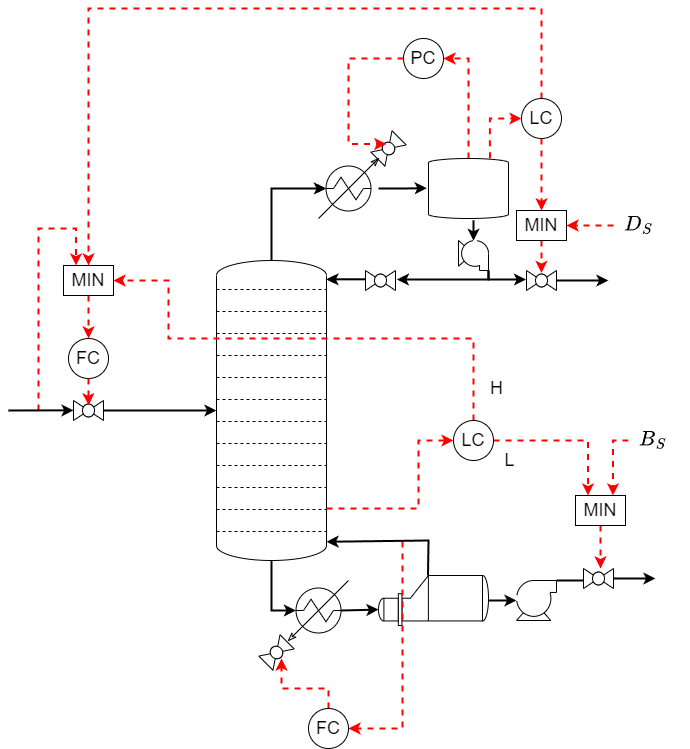
Before: Figures/ifac-distillation/column_bidir1_simple.png, a diagram exported from draw.io (brageban/aspen-matlab-testbench). Source tidied: cells renumbered, new cells last; positions are measured from the earlier drawing's top-left corner, leaving out a move shared by most shapes.
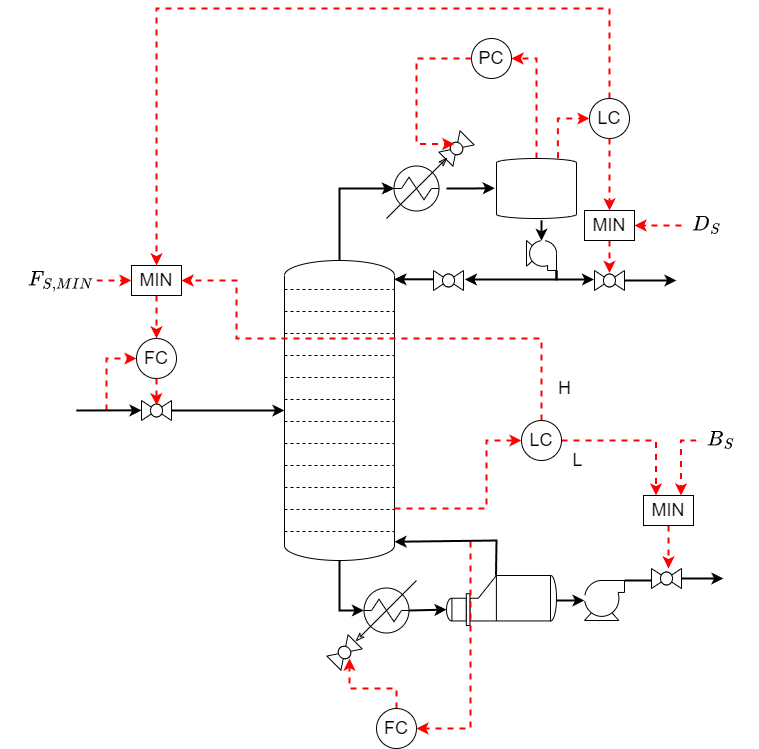
After the commit.

What changed in the source:
```diff
@@ -58,12 +58,11 @@
     <mxCell id="12" style="verticalLabelPosition=bottom;outlineConnect=0;align=center;dashed=0;html=1;verticalAlign=top;shape=mxgraph.pid.compressors.centrifugal_compressor;fontSize=18;" parent="1" vertex="1">
       <mxGeometry x="508" y="572" width="40" height="40" as="geometry" />
     </mxCell>
-    <mxCell id="13" style="edgeStyle=orthogonalEdgeStyle;rounded=0;html=1;entryX=0.25;entryY=0;entryDx=0;entryDy=0;strokeColor=#FF0000;strokeWidth=2;dashed=1;fontSize=18;" parent="1" edge="1" target="45">
+    <mxCell id="13" style="edgeStyle=orthogonalEdgeStyle;rounded=0;html=1;entryX=0;entryY=0.5;entryDx=0;entryDy=0;strokeColor=#FF0000;strokeWidth=2;dashed=1;fontSize=18;" parent="1" edge="1" target="22">
       <mxGeometry relative="1" as="geometry">
         <mxPoint x="30" y="402" as="sourcePoint" />
         <Array as="points">
-          <mxPoint x="30" y="220" />
-          <mxPoint x="68" y="220" />
+          <mxPoint x="30" y="350" />
         </Array>
       </mxGeometry>
     </mxCell>
@@ -291,5 +290,11 @@
         </Array>
       </mxGeometry>
     </mxCell>
+    <mxCell id="61" style="edgeStyle=orthogonalEdgeStyle;jettySize=auto;html=1;entryX=0;entryY=0.5;entryDx=0;entryDy=0;rounded=0;strokeColor=#FF0000;strokeWidth=2;dashed=1;exitX=1;exitY=0.5;exitDx=0;exitDy=0;" parent="1" edge="1" source="62" target="45">
+      <mxGeometry relative="1" as="geometry" />
+    </mxCell>
+    <mxCell id="62" value="$$F_{S,MIN}$$" style="whiteSpace=wrap;html=1;fontSize=18;strokeColor=none;" parent="1" vertex="1">
+      <mxGeometry x="-50" y="252" width="70" height="40" as="geometry" />
+    </mxCell>
   </root>
 </mxGraphModel>
```
